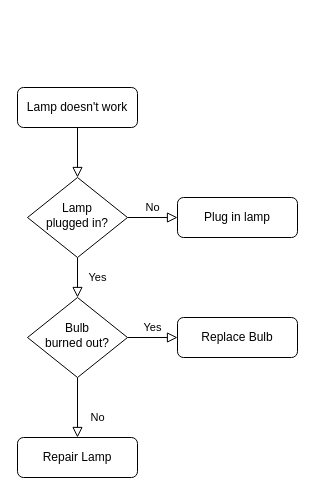
Before: C++/DS作業/練習01/Untitled Diagram.drawio in leo27628822/code, a draw.io diagram. Source tidied: cells renumbered, new cells numbered last; positions are measured from the earlier drawing's top-left corner, leaving out a move shared by most shapes. Both pictures are drawn from the tidied source at 100%, with x=0, y=0 at pixel (17, 87).
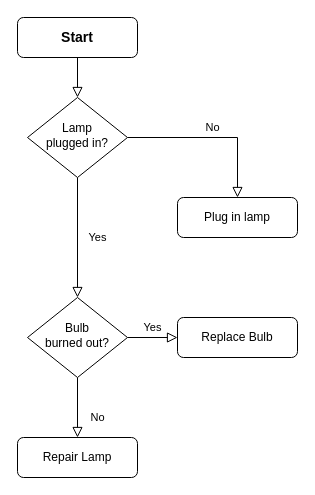
Above is the later version.

Diff of the diagram source:
```diff
@@
 <mxGraphModel>
   <root>
     <mxCell id="0" />
     <mxCell id="1" parent="0" />
     <mxCell id="2" style="rounded=0;html=1;jettySize=auto;fontSize=11;endArrow=block;endFill=0;endSize=8;strokeWidth=1;shadow=0;labelBackgroundColor=none;edgeStyle=orthogonalEdgeStyle;" parent="1" edge="1" source="3" target="6">
-      <mxGeometry relative="1" as="geometry" />
+      <mxGeometry relative="1" as="geometry">
+        <Array as="points">
+          <mxPoint x="60" y="-30" />
+          <mxPoint x="60" y="-30" />
+        </Array>
+      </mxGeometry>
     </mxCell>
-    <mxCell id="3" value="Lamp doesn't work" style="rounded=1;whiteSpace=wrap;html=1;fontSize=12;glass=0;strokeWidth=1;shadow=0;" parent="1" vertex="1">
-      <mxGeometry width="120" height="40" as="geometry" />
+    <mxCell id="3" value="&lt;font style=&quot;font-size: 14px&quot;&gt;&lt;b&gt;Start&lt;/b&gt;&lt;/font&gt;" style="rounded=1;whiteSpace=wrap;html=1;fontSize=12;glass=0;strokeWidth=1;shadow=0;" parent="1" vertex="1">
+      <mxGeometry y="-70" width="120" height="40" as="geometry" />
     </mxCell>
     <mxCell id="4" value="Yes" style="rounded=0;html=1;jettySize=auto;fontSize=11;endArrow=block;endFill=0;endSize=8;strokeWidth=1;shadow=0;labelBackgroundColor=none;edgeStyle=orthogonalEdgeStyle;" parent="1" edge="1" source="6" target="10">
       <mxGeometry y="20" relative="1" as="geometry" />
     </mxCell>
     <mxCell id="5" value="No" style="edgeStyle=orthogonalEdgeStyle;rounded=0;html=1;jettySize=auto;fontSize=11;endArrow=block;endFill=0;endSize=8;strokeWidth=1;shadow=0;labelBackgroundColor=none;" parent="1" edge="1" source="6" target="7">
       <mxGeometry y="10" relative="1" as="geometry" />
     </mxCell>
     <mxCell id="6" value="Lamp&lt;br&gt;plugged in?" style="rhombus;whiteSpace=wrap;html=1;shadow=0;fontFamily=Helvetica;fontSize=12;align=center;strokeWidth=1;spacing=6;spacingTop=-4;" parent="1" vertex="1">
-      <mxGeometry x="10" y="90" width="100" height="80" as="geometry" />
+      <mxGeometry x="10" y="10" width="100" height="80" as="geometry" />
     </mxCell>
     <mxCell id="7" value="Plug in lamp" style="rounded=1;whiteSpace=wrap;html=1;fontSize=12;glass=0;strokeWidth=1;shadow=0;" parent="1" vertex="1">
       <mxGeometry x="160" y="110" width="120" height="40" as="geometry" />
     </mxCell>
     <mxCell id="8" value="No" style="rounded=0;html=1;jettySize=auto;fontSize=11;endArrow=block;endFill=0;endSize=8;strokeWidth=1;shadow=0;labelBackgroundColor=none;edgeStyle=orthogonalEdgeStyle;" parent="1" edge="1" source="10" target="11">
       <mxGeometry x="0.33" y="20" relative="1" as="geometry" />
     </mxCell>
     <mxCell id="9" value="Yes" style="edgeStyle=orthogonalEdgeStyle;rounded=0;html=1;jettySize=auto;fontSize=11;endArrow=block;endFill=0;endSize=8;strokeWidth=1;shadow=0;labelBackgroundColor=none;" parent="1" edge="1" source="10" target="12">
       <mxGeometry y="10" relative="1" as="geometry" />
     </mxCell>
     <mxCell id="10" value="Bulb&lt;br&gt;burned out?" style="rhombus;whiteSpace=wrap;html=1;shadow=0;fontFamily=Helvetica;fontSize=12;align=center;strokeWidth=1;spacing=6;spacingTop=-4;" parent="1" vertex="1">
       <mxGeometry x="10" y="210" width="100" height="80" as="geometry" />
     </mxCell>
     <mxCell id="11" value="Repair Lamp" style="rounded=1;whiteSpace=wrap;html=1;fontSize=12;glass=0;strokeWidth=1;shadow=0;" parent="1" vertex="1">
       <mxGeometry y="350" width="120" height="40" as="geometry" />
     </mxCell>
     <mxCell id="12" value="Replace Bulb" style="rounded=1;whiteSpace=wrap;html=1;fontSize=12;glass=0;strokeWidth=1;shadow=0;" parent="1" vertex="1">
       <mxGeometry x="160" y="230" width="120" height="40" as="geometry" />
     </mxCell>
   </root>
 </mxGraphModel>
```
